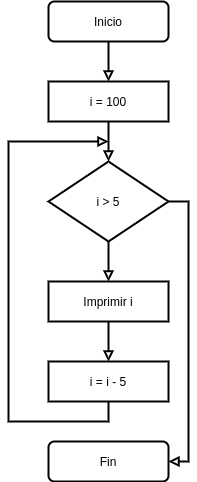
The draw.io diagram sesion09/ejemplo01/imagenes/imagen1.png in manu-msr/uacm_ip20201, before a commit. Source tidied: cells renumbered, new cells last; positions are measured from the earlier drawing's top-left corner, leaving out a move shared by most shapes. Source of this version:
```xml
<mxGraphModel>
  <root>
    <mxCell id="0" />
    <mxCell id="1" parent="0" />
    <mxCell id="2" style="edgeStyle=orthogonalEdgeStyle;rounded=0;jettySize=auto;html=1;exitX=0.5;exitY=1;exitDx=0;exitDy=0;entryX=0.5;entryY=0;entryDx=0;entryDy=0;strokeWidth=2;endArrow=block;endFill=0;" parent="1" edge="1" source="3" target="5">
      <mxGeometry relative="1" as="geometry" />
    </mxCell>
    <mxCell id="3" value="Inicio" style="rounded=1;whiteSpace=wrap;html=1;strokeWidth=2;" parent="1" vertex="1">
      <mxGeometry x="40" width="120" height="40" as="geometry" />
    </mxCell>
    <mxCell id="4" style="edgeStyle=orthogonalEdgeStyle;rounded=0;jettySize=auto;html=1;exitX=0.5;exitY=1;exitDx=0;exitDy=0;entryX=0.5;entryY=0;entryDx=0;entryDy=0;endArrow=block;endFill=0;strokeWidth=2;" parent="1" edge="1" source="5" target="8">
      <mxGeometry relative="1" as="geometry" />
    </mxCell>
    <mxCell id="5" value="i = 100" style="rounded=0;whiteSpace=wrap;html=1;strokeWidth=2;" parent="1" vertex="1">
      <mxGeometry x="40" y="80" width="120" height="40" as="geometry" />
    </mxCell>
    <mxCell id="6" style="edgeStyle=orthogonalEdgeStyle;rounded=0;jettySize=auto;html=1;exitX=0.5;exitY=1;exitDx=0;exitDy=0;entryX=0.5;entryY=0;entryDx=0;entryDy=0;endArrow=block;endFill=0;strokeWidth=2;" parent="1" edge="1" source="8" target="11">
      <mxGeometry relative="1" as="geometry" />
    </mxCell>
    <mxCell id="7" style="edgeStyle=orthogonalEdgeStyle;rounded=0;jettySize=auto;html=1;exitX=1;exitY=0.5;exitDx=0;exitDy=0;entryX=1;entryY=0.5;entryDx=0;entryDy=0;endArrow=block;endFill=0;strokeWidth=2;" parent="1" edge="1" source="8" target="13">
      <mxGeometry relative="1" as="geometry" />
    </mxCell>
    <mxCell id="8" value="i &amp;gt; 5" style="rhombus;whiteSpace=wrap;html=1;strokeWidth=2;" parent="1" vertex="1">
      <mxGeometry x="40" y="160" width="120" height="80" as="geometry" />
    </mxCell>
    <mxCell id="9" style="edgeStyle=orthogonalEdgeStyle;rounded=0;jettySize=auto;html=1;exitX=0.5;exitY=1;exitDx=0;exitDy=0;endArrow=block;endFill=0;strokeWidth=2;" parent="1" edge="1" source="12">
      <mxGeometry relative="1" as="geometry">
        <mxPoint x="100" y="140" as="targetPoint" />
        <Array as="points">
          <mxPoint x="100" y="420" />
          <mxPoint y="420" />
          <mxPoint y="140" />
        </Array>
      </mxGeometry>
    </mxCell>
    <mxCell id="10" style="edgeStyle=orthogonalEdgeStyle;rounded=0;jettySize=auto;html=1;exitX=0.5;exitY=1;exitDx=0;exitDy=0;entryX=0.5;entryY=0;entryDx=0;entryDy=0;endArrow=block;endFill=0;strokeWidth=2;" parent="1" edge="1" source="11" target="12">
      <mxGeometry relative="1" as="geometry" />
    </mxCell>
    <mxCell id="11" value="Imprimir i" style="rounded=0;whiteSpace=wrap;html=1;strokeWidth=2;" parent="1" vertex="1">
      <mxGeometry x="40" y="280" width="120" height="40" as="geometry" />
    </mxCell>
    <mxCell id="12" value="i = i - 5" style="rounded=0;whiteSpace=wrap;html=1;strokeWidth=2;" parent="1" vertex="1">
      <mxGeometry x="40" y="360" width="120" height="40" as="geometry" />
    </mxCell>
    <mxCell id="13" value="Fin" style="rounded=1;whiteSpace=wrap;html=1;strokeWidth=2;" parent="1" vertex="1">
      <mxGeometry x="40" y="440" width="120" height="40" as="geometry" />
    </mxCell>
  </root>
</mxGraphModel>
```
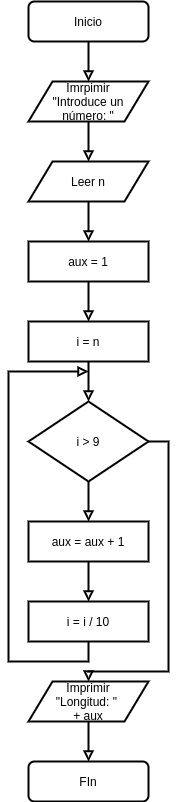
The same diagram one commit later.

Diff of the diagram source:
```diff
@@ -2,48 +2,81 @@
   <root>
     <mxCell id="0" />
     <mxCell id="1" parent="0" />
-    <mxCell id="2" style="edgeStyle=orthogonalEdgeStyle;rounded=0;jettySize=auto;html=1;exitX=0.5;exitY=1;exitDx=0;exitDy=0;entryX=0.5;entryY=0;entryDx=0;entryDy=0;strokeWidth=2;endArrow=block;endFill=0;" parent="1" edge="1" source="3" target="5">
-      <mxGeometry relative="1" as="geometry" />
-    </mxCell>
+    <mxCell id="14" style="edgeStyle=orthogonalEdgeStyle;rounded=0;jettySize=auto;html=1;exitX=0.5;exitY=1;exitDx=0;exitDy=0;entryX=0.5;entryY=0;entryDx=0;entryDy=0;strokeWidth=2;endArrow=block;endFill=0;" parent="1" edge="1" source="3" target="16">
+      <mxGeometry relative="1" as="geometry" />
+    </mxCell>
     <mxCell id="3" value="Inicio" style="rounded=1;whiteSpace=wrap;html=1;strokeWidth=2;" parent="1" vertex="1">
       <mxGeometry x="40" width="120" height="40" as="geometry" />
     </mxCell>
-    <mxCell id="4" style="edgeStyle=orthogonalEdgeStyle;rounded=0;jettySize=auto;html=1;exitX=0.5;exitY=1;exitDx=0;exitDy=0;entryX=0.5;entryY=0;entryDx=0;entryDy=0;endArrow=block;endFill=0;strokeWidth=2;" parent="1" edge="1" source="5" target="8">
-      <mxGeometry relative="1" as="geometry" />
-    </mxCell>
-    <mxCell id="5" value="i = 100" style="rounded=0;whiteSpace=wrap;html=1;strokeWidth=2;" parent="1" vertex="1">
-      <mxGeometry x="40" y="80" width="120" height="40" as="geometry" />
-    </mxCell>
-    <mxCell id="6" style="edgeStyle=orthogonalEdgeStyle;rounded=0;jettySize=auto;html=1;exitX=0.5;exitY=1;exitDx=0;exitDy=0;entryX=0.5;entryY=0;entryDx=0;entryDy=0;endArrow=block;endFill=0;strokeWidth=2;" parent="1" edge="1" source="8" target="11">
-      <mxGeometry relative="1" as="geometry" />
-    </mxCell>
-    <mxCell id="7" style="edgeStyle=orthogonalEdgeStyle;rounded=0;jettySize=auto;html=1;exitX=1;exitY=0.5;exitDx=0;exitDy=0;entryX=1;entryY=0.5;entryDx=0;entryDy=0;endArrow=block;endFill=0;strokeWidth=2;" parent="1" edge="1" source="8" target="13">
-      <mxGeometry relative="1" as="geometry" />
-    </mxCell>
-    <mxCell id="8" value="i &amp;gt; 5" style="rhombus;whiteSpace=wrap;html=1;strokeWidth=2;" parent="1" vertex="1">
-      <mxGeometry x="40" y="160" width="120" height="80" as="geometry" />
-    </mxCell>
-    <mxCell id="9" style="edgeStyle=orthogonalEdgeStyle;rounded=0;jettySize=auto;html=1;exitX=0.5;exitY=1;exitDx=0;exitDy=0;endArrow=block;endFill=0;strokeWidth=2;" parent="1" edge="1" source="12">
-      <mxGeometry relative="1" as="geometry">
-        <mxPoint x="100" y="140" as="targetPoint" />
-        <Array as="points">
-          <mxPoint x="100" y="420" />
-          <mxPoint y="420" />
-          <mxPoint y="140" />
-        </Array>
-      </mxGeometry>
-    </mxCell>
-    <mxCell id="10" style="edgeStyle=orthogonalEdgeStyle;rounded=0;jettySize=auto;html=1;exitX=0.5;exitY=1;exitDx=0;exitDy=0;entryX=0.5;entryY=0;entryDx=0;entryDy=0;endArrow=block;endFill=0;strokeWidth=2;" parent="1" edge="1" source="11" target="12">
-      <mxGeometry relative="1" as="geometry" />
-    </mxCell>
-    <mxCell id="11" value="Imprimir i" style="rounded=0;whiteSpace=wrap;html=1;strokeWidth=2;" parent="1" vertex="1">
-      <mxGeometry x="40" y="280" width="120" height="40" as="geometry" />
-    </mxCell>
-    <mxCell id="12" value="i = i - 5" style="rounded=0;whiteSpace=wrap;html=1;strokeWidth=2;" parent="1" vertex="1">
-      <mxGeometry x="40" y="360" width="120" height="40" as="geometry" />
-    </mxCell>
-    <mxCell id="13" value="Fin" style="rounded=1;whiteSpace=wrap;html=1;strokeWidth=2;" parent="1" vertex="1">
-      <mxGeometry x="40" y="440" width="120" height="40" as="geometry" />
-    </mxCell>
+    <mxCell id="15" style="edgeStyle=orthogonalEdgeStyle;rounded=0;jettySize=auto;html=1;exitX=0.5;exitY=1;exitDx=0;exitDy=0;endArrow=block;endFill=0;strokeWidth=2;" parent="1" edge="1" source="16" target="18">
+      <mxGeometry relative="1" as="geometry" />
+    </mxCell>
+    <mxCell id="16" value="Imrpimir&lt;br&gt;&quot;Introduce un&lt;br&gt;número: &quot;" style="shape=parallelogram;perimeter=parallelogramPerimeter;whiteSpace=wrap;html=1;strokeWidth=2;" parent="1" vertex="1">
+      <mxGeometry x="40" y="80" width="120" height="40" as="geometry" />
+    </mxCell>
+    <mxCell id="17" style="edgeStyle=orthogonalEdgeStyle;rounded=0;jettySize=auto;html=1;exitX=0.5;exitY=1;exitDx=0;exitDy=0;entryX=0.5;entryY=0;entryDx=0;entryDy=0;endArrow=block;endFill=0;strokeWidth=2;" parent="1" edge="1" source="18" target="20">
+      <mxGeometry relative="1" as="geometry" />
+    </mxCell>
+    <mxCell id="18" value="Leer n" style="shape=parallelogram;perimeter=parallelogramPerimeter;whiteSpace=wrap;html=1;strokeWidth=2;" parent="1" vertex="1">
+      <mxGeometry x="40" y="160" width="120" height="40" as="geometry" />
+    </mxCell>
+    <mxCell id="19" style="edgeStyle=orthogonalEdgeStyle;rounded=0;jettySize=auto;html=1;exitX=0.5;exitY=1;exitDx=0;exitDy=0;entryX=0.5;entryY=0;entryDx=0;entryDy=0;endArrow=block;endFill=0;strokeWidth=2;" parent="1" edge="1" source="20" target="22">
+      <mxGeometry relative="1" as="geometry" />
+    </mxCell>
+    <mxCell id="20" value="aux = 1" style="rounded=0;whiteSpace=wrap;html=1;strokeWidth=2;" parent="1" vertex="1">
+      <mxGeometry x="40" y="240" width="120" height="40" as="geometry" />
+    </mxCell>
+    <mxCell id="21" style="edgeStyle=orthogonalEdgeStyle;rounded=0;jettySize=auto;html=1;exitX=0.5;exitY=1;exitDx=0;exitDy=0;entryX=0.5;entryY=0;entryDx=0;entryDy=0;endArrow=block;endFill=0;strokeWidth=2;" parent="1" edge="1" source="22" target="25">
+      <mxGeometry relative="1" as="geometry" />
+    </mxCell>
+    <mxCell id="22" value="i = n" style="rounded=0;whiteSpace=wrap;html=1;strokeWidth=2;" parent="1" vertex="1">
+      <mxGeometry x="40" y="320" width="120" height="40" as="geometry" />
+    </mxCell>
+    <mxCell id="23" style="edgeStyle=orthogonalEdgeStyle;rounded=0;jettySize=auto;html=1;exitX=0.5;exitY=1;exitDx=0;exitDy=0;entryX=0.5;entryY=0;entryDx=0;entryDy=0;endArrow=block;endFill=0;strokeWidth=2;" parent="1" edge="1" source="25" target="27">
+      <mxGeometry relative="1" as="geometry" />
+    </mxCell>
+    <mxCell id="24" style="edgeStyle=orthogonalEdgeStyle;rounded=0;jettySize=auto;html=1;exitX=1;exitY=0.5;exitDx=0;exitDy=0;endArrow=block;endFill=0;strokeWidth=2;" parent="1" edge="1" source="25" target="32">
+      <mxGeometry relative="1" as="geometry">
+        <Array as="points">
+          <mxPoint x="180" y="440" />
+          <mxPoint x="180" y="670" />
+          <mxPoint x="100" y="670" />
+        </Array>
+      </mxGeometry>
+    </mxCell>
+    <mxCell id="25" value="i &amp;gt; 9" style="rhombus;whiteSpace=wrap;html=1;strokeWidth=2;" parent="1" vertex="1">
+      <mxGeometry x="40" y="400" width="120" height="80" as="geometry" />
+    </mxCell>
+    <mxCell id="26" style="edgeStyle=orthogonalEdgeStyle;rounded=0;jettySize=auto;html=1;exitX=0.5;exitY=1;exitDx=0;exitDy=0;entryX=0.5;entryY=0;entryDx=0;entryDy=0;endArrow=block;endFill=0;strokeWidth=2;" parent="1" edge="1" source="27" target="29">
+      <mxGeometry relative="1" as="geometry" />
+    </mxCell>
+    <mxCell id="27" value="aux = aux + 1" style="rounded=0;whiteSpace=wrap;html=1;strokeWidth=2;" parent="1" vertex="1">
+      <mxGeometry x="40" y="520" width="120" height="40" as="geometry" />
+    </mxCell>
+    <mxCell id="28" style="edgeStyle=orthogonalEdgeStyle;rounded=0;jettySize=auto;html=1;exitX=0.5;exitY=1;exitDx=0;exitDy=0;endArrow=block;endFill=0;strokeWidth=2;" parent="1" edge="1" source="29">
+      <mxGeometry relative="1" as="geometry">
+        <mxPoint x="100" y="370" as="targetPoint" />
+        <Array as="points">
+          <mxPoint x="100" y="660" />
+          <mxPoint x="20" y="660" />
+          <mxPoint x="20" y="370" />
+        </Array>
+      </mxGeometry>
+    </mxCell>
+    <mxCell id="29" value="i = i / 10" style="rounded=0;whiteSpace=wrap;html=1;strokeWidth=2;" parent="1" vertex="1">
+      <mxGeometry x="40" y="600" width="120" height="40" as="geometry" />
+    </mxCell>
+    <mxCell id="30" style="edgeStyle=orthogonalEdgeStyle;rounded=0;orthogonalLoop=1;jettySize=auto;html=1;exitX=0.5;exitY=1;exitDx=0;exitDy=0;" parent="1" edge="1" source="29" target="29">
+      <mxGeometry relative="1" as="geometry" />
+    </mxCell>
+    <mxCell id="31" style="edgeStyle=orthogonalEdgeStyle;rounded=0;jettySize=auto;html=1;exitX=0.5;exitY=1;exitDx=0;exitDy=0;entryX=0.5;entryY=0;entryDx=0;entryDy=0;endArrow=block;endFill=0;strokeWidth=2;" parent="1" edge="1" source="32" target="33">
+      <mxGeometry relative="1" as="geometry" />
+    </mxCell>
+    <mxCell id="32" value="Imprimir&lt;br&gt;&quot;Longitud: &quot; &lt;br&gt;+ aux" style="shape=parallelogram;perimeter=parallelogramPerimeter;whiteSpace=wrap;html=1;strokeWidth=2;" parent="1" vertex="1">
+      <mxGeometry x="40" y="680" width="120" height="40" as="geometry" />
+    </mxCell>
+    <mxCell id="33" value="FIn" style="rounded=1;whiteSpace=wrap;html=1;strokeWidth=2;" parent="1" vertex="1">
+      <mxGeometry x="40" y="760" width="120" height="40" as="geometry" />
+    </mxCell>
   </root>
 </mxGraphModel>
```
